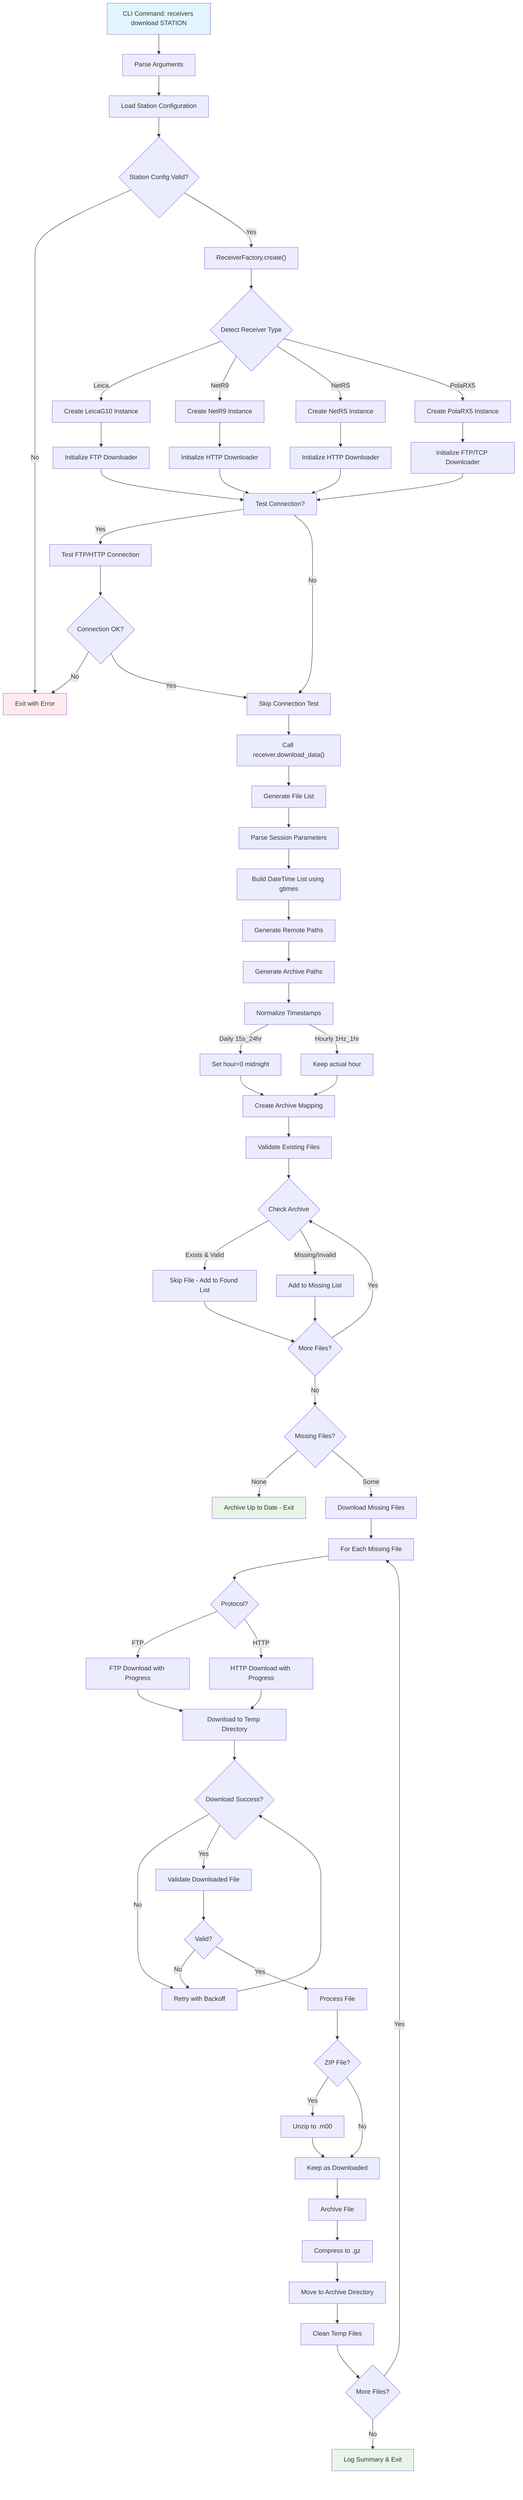
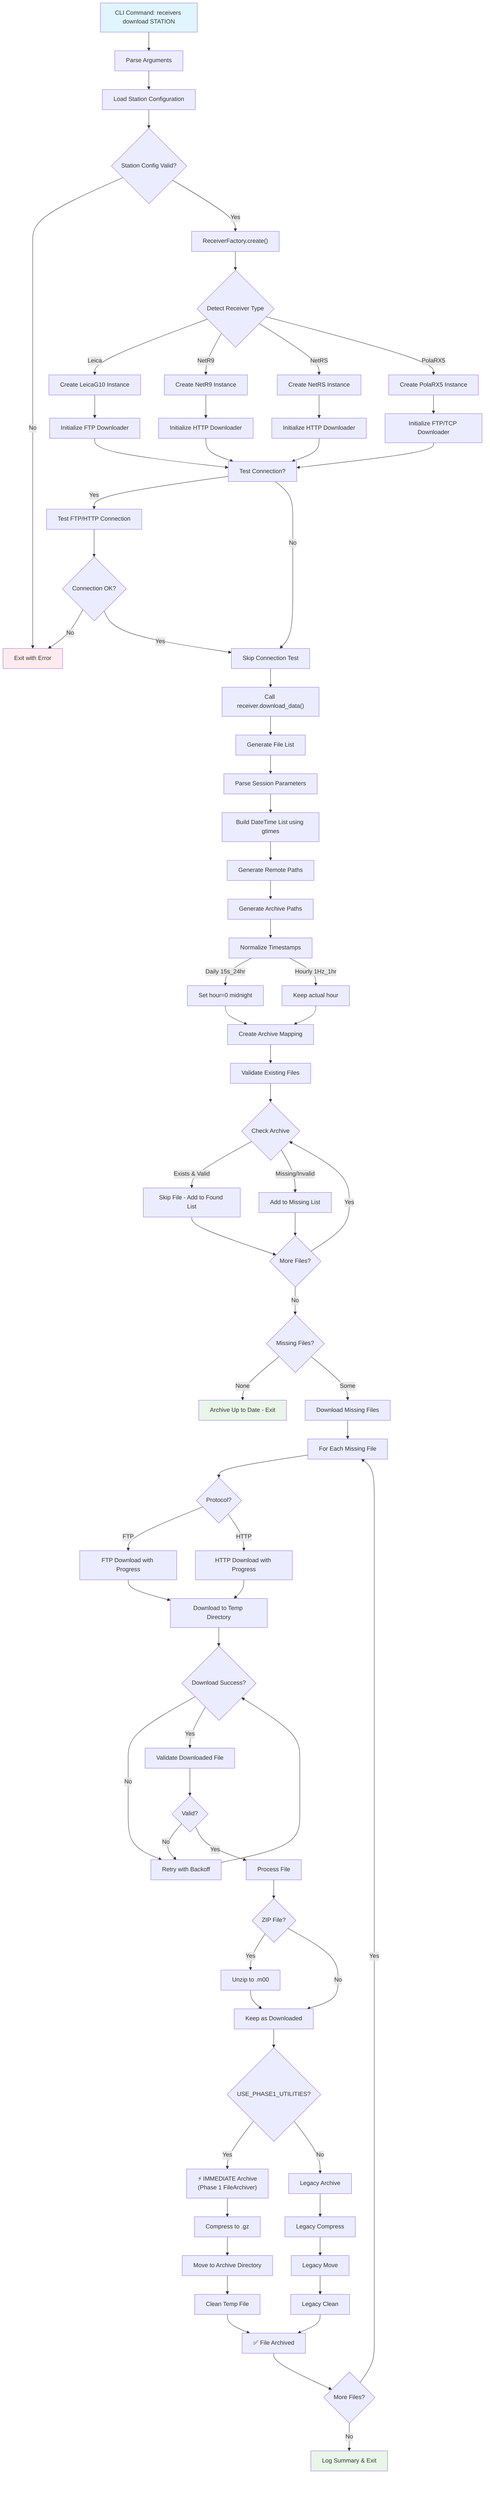
flowchart TD
    A[CLI Command: receivers download STATION] --> B[Parse Arguments]
    B --> C[Load Station Configuration]
    C --> D{Station Config Valid?}
    D -->|No| E[Exit with Error]
    D -->|Yes| F["ReceiverFactory.create()"]

    F --> G{Detect Receiver Type}
    G -->|Leica| H[Create LeicaG10 Instance]
    G -->|NetR9| I[Create NetR9 Instance]
    G -->|NetRS| J[Create NetRS Instance]
    G -->|PolaRX5| K[Create PolaRX5 Instance]

    H --> L[Initialize FTP Downloader]
    I --> M[Initialize HTTP Downloader]
    J --> N[Initialize HTTP Downloader]
    K --> O[Initialize FTP/TCP Downloader]

    L --> P[Test Connection?]
    M --> P
    N --> P
    O --> P

    P -->|Yes| Q[Test FTP/HTTP Connection]
    P -->|No| R[Skip Connection Test]
    Q --> S{Connection OK?}
    S -->|No| E
    S -->|Yes| R

    R --> T["Call receiver.download_data()"]

    T --> U[Generate File List]
    U --> V[Parse Session Parameters]
    V --> W[Build DateTime List using gtimes]
    W --> X[Generate Remote Paths]
    X --> Y[Generate Archive Paths]

    Y --> Z[Normalize Timestamps]
    Z -->|Daily 15s_24hr| AA[Set hour=0 midnight]
    Z -->|Hourly 1Hz_1hr| BB[Keep actual hour]
    AA --> CC[Create Archive Mapping]
    BB --> CC

    CC --> DD[Validate Existing Files]
    DD --> EE{Check Archive}
    EE -->|Exists & Valid| FF[Skip File - Add to Found List]
    EE -->|Missing/Invalid| GG[Add to Missing List]
    FF --> HH{More Files?}
    GG --> HH
    HH -->|Yes| EE
    HH -->|No| II{Missing Files?}

    II -->|None| JJ[Archive Up to Date - Exit]
    II -->|Some| KK[Download Missing Files]

    KK --> LL[For Each Missing File]
    LL --> MM{Protocol?}
    MM -->|FTP| NN[FTP Download with Progress]
    MM -->|HTTP| OO[HTTP Download with Progress]

    NN --> PP[Download to Temp Directory]
    OO --> PP
    PP --> QQ{Download Success?}
    QQ -->|No| RR[Retry with Backoff]
    RR --> QQ
    QQ -->|Yes| SS[Validate Downloaded File]

    SS --> TT{Valid?}
    TT -->|No| RR
    TT -->|Yes| UU[Process File]

    UU --> VV{ZIP File?}
    VV -->|Yes| WW[Unzip to .m00]
    VV -->|No| XX[Keep as Downloaded]
    WW --> XX

-     XX --> YY[Archive File]
-     YY --> ZZ[Compress to .gz]
-     ZZ --> AAA[Move to Archive Directory]
-     AAA --> BBB[Clean Temp Files]
+     XX --> YY{USE_PHASE1_UTILITIES?}
+     YY -->|Yes| ZZZ["⚡ IMMEDIATE Archive\n(Phase 1 FileArchiver)"]
+     YY -->|No| YYY[Legacy Archive]

-     BBB --> CCC{More Files?}
+     ZZZ --> AAA1[Compress to .gz]
+     AAA1 --> BBB1[Move to Archive Directory]
+     BBB1 --> CCC1[Clean Temp File]
+     CCC1 --> DDD1[✅ File Archived]
+ 
+     YYY --> AAA[Legacy Compress]
+     AAA --> BBB[Legacy Move]
+     BBB --> CCC2[Legacy Clean]
+     CCC2 --> DDD1
+ 
+     DDD1 --> CCC{More Files?}
    CCC -->|Yes| LL
    CCC -->|No| DDD[Log Summary & Exit]

    style A fill:#e1f5fe
    style E fill:#ffebee
    style JJ fill:#e8f5e8
    style DDD fill:#e8f5e8
